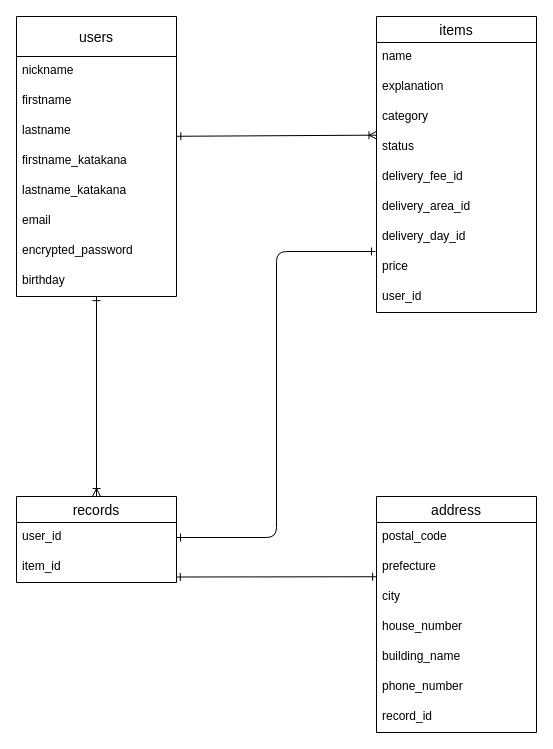
kazumaban/portfolio-ban keeps this draw.io diagram as ER.dio. Above is the earlier version. Source tidied: cells renumbered, new cells numbered last; positions are measured from the earlier drawing's top-left corner, leaving out a move shared by most shapes. Both pictures are drawn from the tidied source at 100%, with x=0, y=0 at pixel (16, 16).
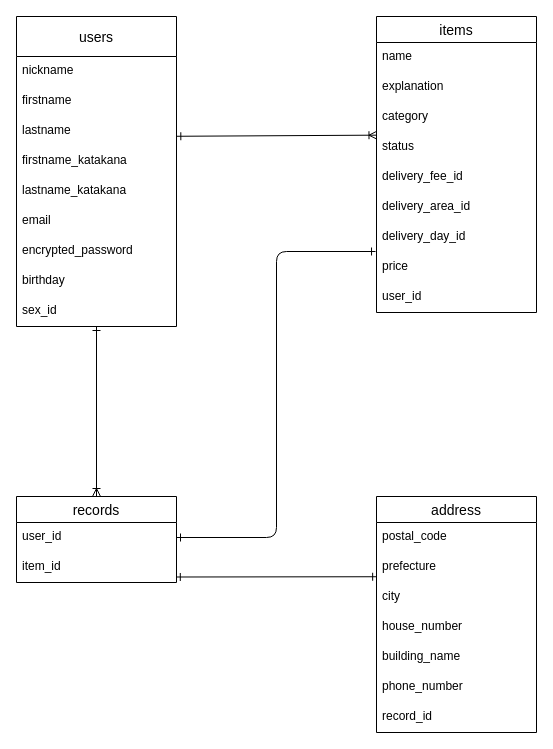
The same page after the edit.

Unchanged cells that the change refers to:
```xml
<mxCell id="10" value="birthday" style="text;strokeColor=none;fillColor=none;spacingLeft=4;spacingRight=4;overflow=hidden;points=[[0,0.5],[1,0.5]];portConstraint=eastwest;fontSize=12;" parent="2" vertex="1">
  <mxGeometry y="250" width="160" height="30" as="geometry" />
</mxCell>
<mxCell id="21" value="records" style="swimlane;fontStyle=0;horizontal=1;startSize=26;align=center;fontSize=14;" parent="1" vertex="1">
  <mxGeometry y="480" width="160" height="86" as="geometry" />
</mxCell>
```

Diff of the diagram source:
```diff
@@
     <mxCell id="2" value="users" style="swimlane;fontStyle=0;horizontal=1;startSize=40;align=center;fontSize=14;" parent="1" vertex="1">
-      <mxGeometry width="160" height="280" as="geometry" />
+      <mxGeometry width="160" height="310" as="geometry" />
     </mxCell>
@@
+    <mxCell id="36" value="sex_id" style="text;strokeColor=none;fillColor=none;spacingLeft=4;spacingRight=4;overflow=hidden;fontSize=12;" parent="2" vertex="1">
+      <mxGeometry y="280" width="160" height="30" as="geometry" />
+    </mxCell>
@@
-    <mxCell id="32" style="endArrow=ERone;html=1;exitX=0.5;exitY=0;exitDx=0;exitDy=0;endFill=0;startArrow=ERoneToMany;startFill=0;entryX=0.5;entryY=1.005;entryDx=0;entryDy=0;entryPerimeter=0;" parent="1" edge="1" source="21" target="10">
-      <mxGeometry relative="1" as="geometry" />
+    <mxCell id="32" style="endArrow=ERone;html=1;exitX=0.5;exitY=0;exitDx=0;exitDy=0;endFill=0;startArrow=ERoneToMany;startFill=0;" parent="1" edge="1" source="21">
+      <mxGeometry relative="1" as="geometry">
+        <mxPoint x="80" y="310" as="targetPoint" />
+      </mxGeometry>
     </mxCell>
```
